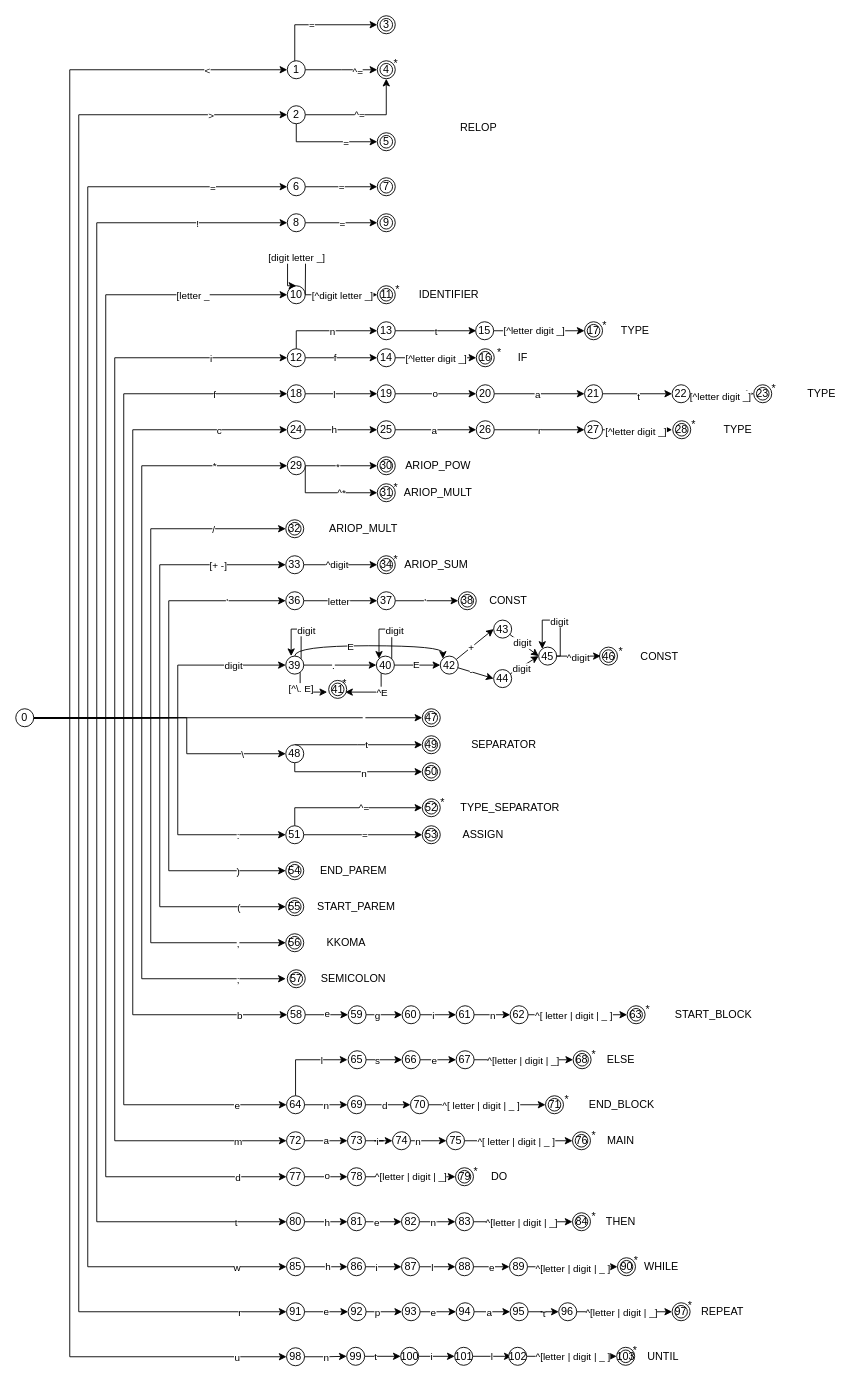
The draw.io diagram page "main_afd" (5 of 6) of afnd.drawio in heitorfreitasferreira/compiler_gbc071, before the edit. Source tidied: cells renumbered, new cells numbered last; positions are measured from the earlier drawing's top-left corner, leaving out a move shared by most shapes. Both pictures are drawn from the tidied source at 90%, with x=0, y=0 at pixel (15, 15).
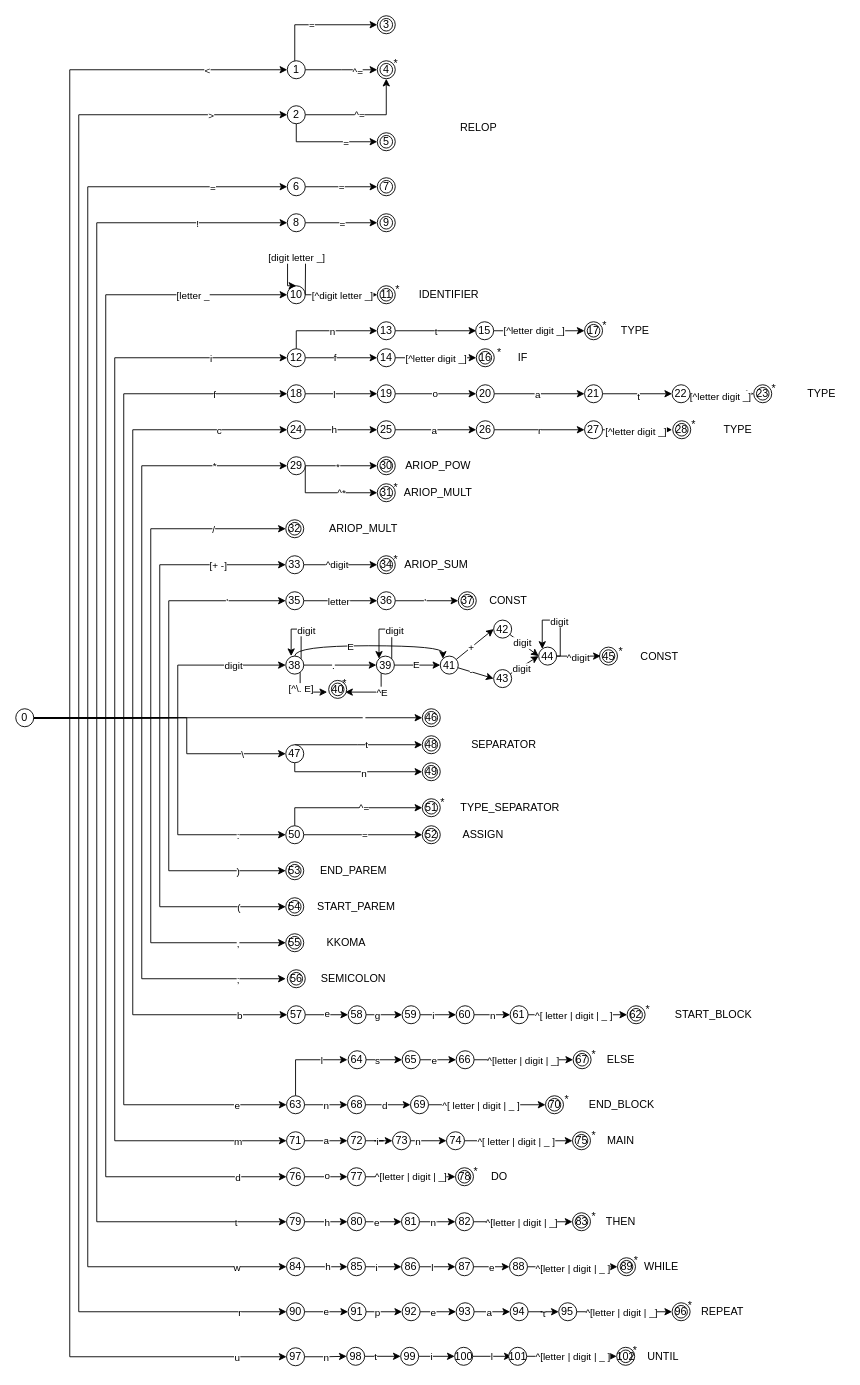
Above is the later version.

The edit, as a diff of the source:
```diff
@@
-    <mxCell id="99" value="36" style="ellipse;whiteSpace=wrap;html=1;" parent="1" vertex="1">
+    <mxCell id="99" value="35" style="ellipse;whiteSpace=wrap;html=1;" parent="1" vertex="1">
       <mxGeometry x="300" y="640" width="20" height="20" as="geometry" />
     </mxCell>
@@
-    <mxCell id="104" value="48" style="ellipse;whiteSpace=wrap;html=1;" parent="1" vertex="1">
+    <mxCell id="104" value="47" style="ellipse;whiteSpace=wrap;html=1;" parent="1" vertex="1">
       <mxGeometry x="300" y="810" width="20" height="20" as="geometry" />
     </mxCell>
@@
-    <mxCell id="109" value="51" style="ellipse;whiteSpace=wrap;html=1;" parent="1" vertex="1">
+    <mxCell id="109" value="50" style="ellipse;whiteSpace=wrap;html=1;" parent="1" vertex="1">
       <mxGeometry x="300" y="900" width="20" height="20" as="geometry" />
     </mxCell>
@@
-    <mxCell id="112" value="58" style="ellipse;whiteSpace=wrap;html=1;" parent="1" vertex="1">
+    <mxCell id="112" value="57" style="ellipse;whiteSpace=wrap;html=1;" parent="1" vertex="1">
       <mxGeometry x="301.7" y="1100" width="20" height="20" as="geometry" />
     </mxCell>
@@
-    <mxCell id="117" value="64" style="ellipse;whiteSpace=wrap;html=1;" parent="1" vertex="1">
+    <mxCell id="117" value="63" style="ellipse;whiteSpace=wrap;html=1;" parent="1" vertex="1">
       <mxGeometry x="300.9" y="1200" width="20" height="20" as="geometry" />
     </mxCell>
@@
-    <mxCell id="120" value="72" style="ellipse;whiteSpace=wrap;html=1;" parent="1" vertex="1">
+    <mxCell id="120" value="71" style="ellipse;whiteSpace=wrap;html=1;" parent="1" vertex="1">
       <mxGeometry x="300.9" y="1240" width="20" height="20" as="geometry" />
     </mxCell>
@@
-    <mxCell id="123" value="77" style="ellipse;whiteSpace=wrap;html=1;" parent="1" vertex="1">
+    <mxCell id="123" value="76" style="ellipse;whiteSpace=wrap;html=1;" parent="1" vertex="1">
       <mxGeometry x="300.9" y="1280" width="20" height="20" as="geometry" />
     </mxCell>
@@
-    <mxCell id="126" value="80" style="ellipse;whiteSpace=wrap;html=1;" parent="1" vertex="1">
+    <mxCell id="126" value="79" style="ellipse;whiteSpace=wrap;html=1;" parent="1" vertex="1">
       <mxGeometry x="300.9" y="1330" width="20" height="20" as="geometry" />
     </mxCell>
@@
-    <mxCell id="129" value="85" style="ellipse;whiteSpace=wrap;html=1;" parent="1" vertex="1">
+    <mxCell id="129" value="84" style="ellipse;whiteSpace=wrap;html=1;" parent="1" vertex="1">
       <mxGeometry x="300.9" y="1380" width="20" height="20" as="geometry" />
     </mxCell>
@@
-    <mxCell id="131" value="91" style="ellipse;whiteSpace=wrap;html=1;" parent="1" vertex="1">
+    <mxCell id="131" value="90" style="ellipse;whiteSpace=wrap;html=1;" parent="1" vertex="1">
       <mxGeometry x="300.9" y="1430" width="20" height="20" as="geometry" />
     </mxCell>
@@
-    <mxCell id="134" value="98" style="ellipse;whiteSpace=wrap;html=1;" parent="1" vertex="1">
+    <mxCell id="134" value="97" style="ellipse;whiteSpace=wrap;html=1;" parent="1" vertex="1">
       <mxGeometry x="300.9" y="1480" width="20" height="20" as="geometry" />
     </mxCell>
@@
-    <mxCell id="166" value="37" style="ellipse;whiteSpace=wrap;html=1;" parent="1" vertex="1">
+    <mxCell id="166" value="36" style="ellipse;whiteSpace=wrap;html=1;" parent="1" vertex="1">
       <mxGeometry x="401.7" y="640" width="20" height="20" as="geometry" />
     </mxCell>
-    <mxCell id="167" value="38" style="ellipse;shape=doubleEllipse;margin=3;whiteSpace=wrap;html=1;align=center;" parent="1" vertex="1">
+    <mxCell id="167" value="37" style="ellipse;shape=doubleEllipse;margin=3;whiteSpace=wrap;html=1;align=center;" parent="1" vertex="1">
       <mxGeometry x="491.7" y="640" width="20" height="20" as="geometry" />
     </mxCell>
@@
-    <mxCell id="174" value="39" style="ellipse;whiteSpace=wrap;html=1;perimeterSpacing=0;shadow=0;" parent="1" vertex="1">
+    <mxCell id="174" value="38" style="ellipse;whiteSpace=wrap;html=1;perimeterSpacing=0;shadow=0;" parent="1" vertex="1">
       <mxGeometry x="300" y="711.5" width="20" height="20" as="geometry" />
     </mxCell>
@@
-    <mxCell id="179" value="40" style="ellipse;whiteSpace=wrap;html=1;perimeterSpacing=0;shadow=0;" parent="1" vertex="1">
+    <mxCell id="179" value="39" style="ellipse;whiteSpace=wrap;html=1;perimeterSpacing=0;shadow=0;" parent="1" vertex="1">
       <mxGeometry x="400.7" y="711.5" width="20" height="20" as="geometry" />
     </mxCell>
-    <mxCell id="180" value="46" style="ellipse;shape=doubleEllipse;margin=3;whiteSpace=wrap;html=1;align=center;" parent="1" vertex="1">
+    <mxCell id="180" value="45" style="ellipse;shape=doubleEllipse;margin=3;whiteSpace=wrap;html=1;align=center;" parent="1" vertex="1">
       <mxGeometry x="648.6" y="701.5" width="20" height="20" as="geometry" />
     </mxCell>
-    <mxCell id="181" value="41" style="ellipse;shape=doubleEllipse;margin=3;whiteSpace=wrap;html=1;align=center;" parent="1" vertex="1">
+    <mxCell id="181" value="40" style="ellipse;shape=doubleEllipse;margin=3;whiteSpace=wrap;html=1;align=center;" parent="1" vertex="1">
       <mxGeometry x="347.7" y="738.5" width="20" height="20" as="geometry" />
     </mxCell>
@@
-    <mxCell id="191" value="42" style="ellipse;whiteSpace=wrap;html=1;" parent="1" vertex="1">
+    <mxCell id="191" value="41" style="ellipse;whiteSpace=wrap;html=1;" parent="1" vertex="1">
       <mxGeometry x="471.7" y="711.5" width="20" height="20" as="geometry" />
     </mxCell>
@@
-    <mxCell id="194" value="43" style="ellipse;whiteSpace=wrap;html=1;" parent="1" vertex="1">
+    <mxCell id="194" value="42" style="ellipse;whiteSpace=wrap;html=1;" parent="1" vertex="1">
       <mxGeometry x="531" y="671.5" width="20" height="20" as="geometry" />
     </mxCell>
@@
-    <mxCell id="197" value="44" style="ellipse;whiteSpace=wrap;html=1;" parent="1" vertex="1">
+    <mxCell id="197" value="43" style="ellipse;whiteSpace=wrap;html=1;" parent="1" vertex="1">
       <mxGeometry x="531" y="726.5" width="20" height="20" as="geometry" />
     </mxCell>
@@
-    <mxCell id="200" value="45" style="ellipse;whiteSpace=wrap;html=1;" parent="1" vertex="1">
+    <mxCell id="200" value="44" style="ellipse;whiteSpace=wrap;html=1;" parent="1" vertex="1">
       <mxGeometry x="581" y="701.5" width="20" height="20" as="geometry" />
     </mxCell>
@@
-    <mxCell id="204" value="47" style="ellipse;shape=doubleEllipse;margin=3;whiteSpace=wrap;html=1;align=center;" parent="1" vertex="1">
+    <mxCell id="204" value="46" style="ellipse;shape=doubleEllipse;margin=3;whiteSpace=wrap;html=1;align=center;" parent="1" vertex="1">
       <mxGeometry x="451.7" y="770" width="20" height="20" as="geometry" />
     </mxCell>
-    <mxCell id="205" value="49" style="ellipse;shape=doubleEllipse;margin=3;whiteSpace=wrap;html=1;align=center;" parent="1" vertex="1">
+    <mxCell id="205" value="48" style="ellipse;shape=doubleEllipse;margin=3;whiteSpace=wrap;html=1;align=center;" parent="1" vertex="1">
       <mxGeometry x="451.7" y="800" width="20" height="20" as="geometry" />
     </mxCell>
-    <mxCell id="206" value="50" style="ellipse;shape=doubleEllipse;margin=3;whiteSpace=wrap;html=1;align=center;" parent="1" vertex="1">
+    <mxCell id="206" value="49" style="ellipse;shape=doubleEllipse;margin=3;whiteSpace=wrap;html=1;align=center;" parent="1" vertex="1">
       <mxGeometry x="451.7" y="830" width="20" height="20" as="geometry" />
     </mxCell>
-    <mxCell id="207" value="53" style="ellipse;shape=doubleEllipse;margin=3;whiteSpace=wrap;html=1;align=center;" parent="1" vertex="1">
+    <mxCell id="207" value="52" style="ellipse;shape=doubleEllipse;margin=3;whiteSpace=wrap;html=1;align=center;" parent="1" vertex="1">
       <mxGeometry x="451.7" y="900" width="20" height="20" as="geometry" />
     </mxCell>
-    <mxCell id="208" value="54" style="ellipse;shape=doubleEllipse;margin=3;whiteSpace=wrap;html=1;align=center;" parent="1" vertex="1">
+    <mxCell id="208" value="53" style="ellipse;shape=doubleEllipse;margin=3;whiteSpace=wrap;html=1;align=center;" parent="1" vertex="1">
       <mxGeometry x="300" y="940" width="20" height="20" as="geometry" />
     </mxCell>
-    <mxCell id="209" value="55" style="ellipse;shape=doubleEllipse;margin=3;whiteSpace=wrap;html=1;align=center;" parent="1" vertex="1">
+    <mxCell id="209" value="54" style="ellipse;shape=doubleEllipse;margin=3;whiteSpace=wrap;html=1;align=center;" parent="1" vertex="1">
       <mxGeometry x="300" y="980" width="20" height="20" as="geometry" />
     </mxCell>
-    <mxCell id="210" value="56" style="ellipse;shape=doubleEllipse;margin=3;whiteSpace=wrap;html=1;align=center;" parent="1" vertex="1">
+    <mxCell id="210" value="55" style="ellipse;shape=doubleEllipse;margin=3;whiteSpace=wrap;html=1;align=center;" parent="1" vertex="1">
       <mxGeometry x="300" y="1020" width="20" height="20" as="geometry" />
     </mxCell>
-    <mxCell id="211" value="57" style="ellipse;shape=doubleEllipse;margin=3;whiteSpace=wrap;html=1;align=center;" parent="1" vertex="1">
+    <mxCell id="211" value="56" style="ellipse;shape=doubleEllipse;margin=3;whiteSpace=wrap;html=1;align=center;" parent="1" vertex="1">
       <mxGeometry x="301.7" y="1060" width="20" height="20" as="geometry" />
     </mxCell>
-    <mxCell id="212" value="52" style="ellipse;shape=doubleEllipse;margin=3;whiteSpace=wrap;html=1;align=center;" parent="1" vertex="1">
+    <mxCell id="212" value="51" style="ellipse;shape=doubleEllipse;margin=3;whiteSpace=wrap;html=1;align=center;" parent="1" vertex="1">
       <mxGeometry x="451.7" y="870" width="20" height="20" as="geometry" />
     </mxCell>
@@
-    <mxCell id="216" value="59" style="ellipse;whiteSpace=wrap;html=1;perimeterSpacing=0;shadow=0;" parent="1" vertex="1">
+    <mxCell id="216" value="58" style="ellipse;whiteSpace=wrap;html=1;perimeterSpacing=0;shadow=0;" parent="1" vertex="1">
       <mxGeometry x="369.3" y="1100" width="20" height="20" as="geometry" />
     </mxCell>
@@
-    <mxCell id="219" value="60" style="ellipse;whiteSpace=wrap;html=1;perimeterSpacing=0;shadow=0;" parent="1" vertex="1">
+    <mxCell id="219" value="59" style="ellipse;whiteSpace=wrap;html=1;perimeterSpacing=0;shadow=0;" parent="1" vertex="1">
       <mxGeometry x="429.3" y="1100" width="20" height="20" as="geometry" />
     </mxCell>
-    <mxCell id="220" value="61" style="ellipse;whiteSpace=wrap;html=1;perimeterSpacing=0;shadow=0;" parent="1" vertex="1">
+    <mxCell id="220" value="60" style="ellipse;whiteSpace=wrap;html=1;perimeterSpacing=0;shadow=0;" parent="1" vertex="1">
       <mxGeometry x="489.3" y="1100" width="20" height="20" as="geometry" />
     </mxCell>
@@
-    <mxCell id="225" value="62" style="ellipse;whiteSpace=wrap;html=1;perimeterSpacing=0;shadow=0;" parent="1" vertex="1">
+    <mxCell id="225" value="61" style="ellipse;whiteSpace=wrap;html=1;perimeterSpacing=0;shadow=0;" parent="1" vertex="1">
       <mxGeometry x="549.3" y="1100" width="20" height="20" as="geometry" />
     </mxCell>
-    <mxCell id="226" value="63" style="ellipse;shape=doubleEllipse;margin=3;whiteSpace=wrap;html=1;align=center;" parent="1" vertex="1">
+    <mxCell id="226" value="62" style="ellipse;shape=doubleEllipse;margin=3;whiteSpace=wrap;html=1;align=center;" parent="1" vertex="1">
       <mxGeometry x="679.3" y="1100" width="20" height="20" as="geometry" />
     </mxCell>
@@
-    <mxCell id="229" value="69" style="ellipse;whiteSpace=wrap;html=1;perimeterSpacing=0;shadow=0;" parent="1" vertex="1">
+    <mxCell id="229" value="68" style="ellipse;whiteSpace=wrap;html=1;perimeterSpacing=0;shadow=0;" parent="1" vertex="1">
       <mxGeometry x="368.6" y="1200" width="20" height="20" as="geometry" />
     </mxCell>
@@
-    <mxCell id="232" value="70" style="ellipse;whiteSpace=wrap;html=1;perimeterSpacing=0;shadow=0;" parent="1" vertex="1">
+    <mxCell id="232" value="69" style="ellipse;whiteSpace=wrap;html=1;perimeterSpacing=0;shadow=0;" parent="1" vertex="1">
       <mxGeometry x="438.6" y="1200" width="20" height="20" as="geometry" />
     </mxCell>
-    <mxCell id="233" value="71" style="ellipse;shape=doubleEllipse;margin=3;whiteSpace=wrap;html=1;align=center;" parent="1" vertex="1">
+    <mxCell id="233" value="70" style="ellipse;shape=doubleEllipse;margin=3;whiteSpace=wrap;html=1;align=center;" parent="1" vertex="1">
       <mxGeometry x="588.6" y="1200" width="20" height="20" as="geometry" />
     </mxCell>
@@
-    <mxCell id="236" value="73" style="ellipse;whiteSpace=wrap;html=1;perimeterSpacing=0;shadow=0;" parent="1" vertex="1">
+    <mxCell id="236" value="72" style="ellipse;whiteSpace=wrap;html=1;perimeterSpacing=0;shadow=0;" parent="1" vertex="1">
       <mxGeometry x="368.6" y="1240" width="20" height="20" as="geometry" />
     </mxCell>
@@
-    <mxCell id="239" value="74" style="ellipse;whiteSpace=wrap;html=1;perimeterSpacing=0;shadow=0;" parent="1" vertex="1">
+    <mxCell id="239" value="73" style="ellipse;whiteSpace=wrap;html=1;perimeterSpacing=0;shadow=0;" parent="1" vertex="1">
       <mxGeometry x="418.6" y="1240" width="20" height="20" as="geometry" />
     </mxCell>
@@
-    <mxCell id="242" value="75" style="ellipse;whiteSpace=wrap;html=1;perimeterSpacing=0;shadow=0;" parent="1" vertex="1">
+    <mxCell id="242" value="74" style="ellipse;whiteSpace=wrap;html=1;perimeterSpacing=0;shadow=0;" parent="1" vertex="1">
       <mxGeometry x="478.6" y="1240" width="20" height="20" as="geometry" />
     </mxCell>
-    <mxCell id="243" value="76" style="ellipse;shape=doubleEllipse;margin=3;whiteSpace=wrap;html=1;align=center;" parent="1" vertex="1">
+    <mxCell id="243" value="75" style="ellipse;shape=doubleEllipse;margin=3;whiteSpace=wrap;html=1;align=center;" parent="1" vertex="1">
       <mxGeometry x="618.6" y="1240" width="20" height="20" as="geometry" />
     </mxCell>
-    <mxCell id="244" value="79" style="ellipse;shape=doubleEllipse;margin=3;whiteSpace=wrap;html=1;align=center;" parent="1" vertex="1">
+    <mxCell id="244" value="78" style="ellipse;shape=doubleEllipse;margin=3;whiteSpace=wrap;html=1;align=center;" parent="1" vertex="1">
       <mxGeometry x="488.6" y="1280" width="20" height="20" as="geometry" />
     </mxCell>
@@
-    <mxCell id="247" value="78" style="ellipse;whiteSpace=wrap;html=1;perimeterSpacing=0;shadow=0;" parent="1" vertex="1">
+    <mxCell id="247" value="77" style="ellipse;whiteSpace=wrap;html=1;perimeterSpacing=0;shadow=0;" parent="1" vertex="1">
       <mxGeometry x="368.6" y="1280" width="20" height="20" as="geometry" />
     </mxCell>
@@
-    <mxCell id="250" value="65" style="ellipse;whiteSpace=wrap;html=1;perimeterSpacing=0;shadow=0;" parent="1" vertex="1">
+    <mxCell id="250" value="64" style="ellipse;whiteSpace=wrap;html=1;perimeterSpacing=0;shadow=0;" parent="1" vertex="1">
       <mxGeometry x="369.3" y="1150" width="20" height="20" as="geometry" />
     </mxCell>
@@
-    <mxCell id="253" value="66" style="ellipse;whiteSpace=wrap;html=1;perimeterSpacing=0;shadow=0;" parent="1" vertex="1">
+    <mxCell id="253" value="65" style="ellipse;whiteSpace=wrap;html=1;perimeterSpacing=0;shadow=0;" parent="1" vertex="1">
       <mxGeometry x="429.3" y="1150" width="20" height="20" as="geometry" />
     </mxCell>
-    <mxCell id="254" value="68" style="ellipse;shape=doubleEllipse;margin=3;whiteSpace=wrap;html=1;align=center;" parent="1" vertex="1">
+    <mxCell id="254" value="67" style="ellipse;shape=doubleEllipse;margin=3;whiteSpace=wrap;html=1;align=center;" parent="1" vertex="1">
       <mxGeometry x="619.3" y="1150" width="20" height="20" as="geometry" />
     </mxCell>
@@
-    <mxCell id="257" value="67" style="ellipse;whiteSpace=wrap;html=1;perimeterSpacing=0;shadow=0;" parent="1" vertex="1">
+    <mxCell id="257" value="66" style="ellipse;whiteSpace=wrap;html=1;perimeterSpacing=0;shadow=0;" parent="1" vertex="1">
       <mxGeometry x="489.3" y="1150" width="20" height="20" as="geometry" />
     </mxCell>
@@
-    <mxCell id="265" value="81" style="ellipse;whiteSpace=wrap;html=1;perimeterSpacing=0;shadow=0;" parent="1" vertex="1">
+    <mxCell id="265" value="80" style="ellipse;whiteSpace=wrap;html=1;perimeterSpacing=0;shadow=0;" parent="1" vertex="1">
       <mxGeometry x="368.6" y="1330" width="20" height="20" as="geometry" />
     </mxCell>
@@
-    <mxCell id="268" value="82" style="ellipse;whiteSpace=wrap;html=1;perimeterSpacing=0;shadow=0;" parent="1" vertex="1">
+    <mxCell id="268" value="81" style="ellipse;whiteSpace=wrap;html=1;perimeterSpacing=0;shadow=0;" parent="1" vertex="1">
       <mxGeometry x="428.6" y="1330" width="20" height="20" as="geometry" />
     </mxCell>
-    <mxCell id="269" value="84" style="ellipse;shape=doubleEllipse;margin=3;whiteSpace=wrap;html=1;align=center;" parent="1" vertex="1">
+    <mxCell id="269" value="83" style="ellipse;shape=doubleEllipse;margin=3;whiteSpace=wrap;html=1;align=center;" parent="1" vertex="1">
       <mxGeometry x="618.6" y="1330" width="20" height="20" as="geometry" />
     </mxCell>
@@
-    <mxCell id="272" value="83" style="ellipse;whiteSpace=wrap;html=1;perimeterSpacing=0;shadow=0;" parent="1" vertex="1">
+    <mxCell id="272" value="82" style="ellipse;whiteSpace=wrap;html=1;perimeterSpacing=0;shadow=0;" parent="1" vertex="1">
       <mxGeometry x="488.6" y="1330" width="20" height="20" as="geometry" />
     </mxCell>
@@
-    <mxCell id="276" value="86" style="ellipse;whiteSpace=wrap;html=1;perimeterSpacing=0;shadow=0;" parent="1" vertex="1">
+    <mxCell id="276" value="85" style="ellipse;whiteSpace=wrap;html=1;perimeterSpacing=0;shadow=0;" parent="1" vertex="1">
       <mxGeometry x="368.6" y="1380" width="20" height="20" as="geometry" />
     </mxCell>
@@
-    <mxCell id="279" value="87" style="ellipse;whiteSpace=wrap;html=1;perimeterSpacing=0;shadow=0;" parent="1" vertex="1">
+    <mxCell id="279" value="86" style="ellipse;whiteSpace=wrap;html=1;perimeterSpacing=0;shadow=0;" parent="1" vertex="1">
       <mxGeometry x="428.6" y="1380" width="20" height="20" as="geometry" />
     </mxCell>
-    <mxCell id="280" value="88" style="ellipse;whiteSpace=wrap;html=1;perimeterSpacing=0;shadow=0;" parent="1" vertex="1">
+    <mxCell id="280" value="87" style="ellipse;whiteSpace=wrap;html=1;perimeterSpacing=0;shadow=0;" parent="1" vertex="1">
       <mxGeometry x="488.6" y="1380" width="20" height="20" as="geometry" />
     </mxCell>
-    <mxCell id="281" value="90" style="ellipse;shape=doubleEllipse;margin=3;whiteSpace=wrap;html=1;align=center;" parent="1" vertex="1">
+    <mxCell id="281" value="89" style="ellipse;shape=doubleEllipse;margin=3;whiteSpace=wrap;html=1;align=center;" parent="1" vertex="1">
       <mxGeometry x="668.6" y="1380" width="20" height="20" as="geometry" />
     </mxCell>
@@
-    <mxCell id="286" value="89" style="ellipse;whiteSpace=wrap;html=1;perimeterSpacing=0;shadow=0;" parent="1" vertex="1">
+    <mxCell id="286" value="88" style="ellipse;whiteSpace=wrap;html=1;perimeterSpacing=0;shadow=0;" parent="1" vertex="1">
       <mxGeometry x="548.6" y="1380" width="20" height="20" as="geometry" />
     </mxCell>
@@
-    <mxCell id="290" value="92" style="ellipse;whiteSpace=wrap;html=1;perimeterSpacing=0;shadow=0;" parent="1" vertex="1">
+    <mxCell id="290" value="91" style="ellipse;whiteSpace=wrap;html=1;perimeterSpacing=0;shadow=0;" parent="1" vertex="1">
       <mxGeometry x="369.3" y="1430" width="20" height="20" as="geometry" />
     </mxCell>
@@
-    <mxCell id="293" value="93" style="ellipse;whiteSpace=wrap;html=1;perimeterSpacing=0;shadow=0;" parent="1" vertex="1">
+    <mxCell id="293" value="92" style="ellipse;whiteSpace=wrap;html=1;perimeterSpacing=0;shadow=0;" parent="1" vertex="1">
       <mxGeometry x="429.3" y="1430" width="20" height="20" as="geometry" />
     </mxCell>
@@
-    <mxCell id="296" value="94" style="ellipse;whiteSpace=wrap;html=1;perimeterSpacing=0;shadow=0;" parent="1" vertex="1">
+    <mxCell id="296" value="93" style="ellipse;whiteSpace=wrap;html=1;perimeterSpacing=0;shadow=0;" parent="1" vertex="1">
       <mxGeometry x="489.3" y="1430" width="20" height="20" as="geometry" />
     </mxCell>
-    <mxCell id="297" value="97" style="ellipse;shape=doubleEllipse;margin=3;whiteSpace=wrap;html=1;align=center;" parent="1" vertex="1">
+    <mxCell id="297" value="96" style="ellipse;shape=doubleEllipse;margin=3;whiteSpace=wrap;html=1;align=center;" parent="1" vertex="1">
       <mxGeometry x="729.3" y="1430" width="20" height="20" as="geometry" />
     </mxCell>
@@
-    <mxCell id="300" value="95" style="ellipse;whiteSpace=wrap;html=1;perimeterSpacing=0;shadow=0;" parent="1" vertex="1">
+    <mxCell id="300" value="94" style="ellipse;whiteSpace=wrap;html=1;perimeterSpacing=0;shadow=0;" parent="1" vertex="1">
       <mxGeometry x="549.3" y="1430" width="20" height="20" as="geometry" />
     </mxCell>
@@
-    <mxCell id="303" value="96" style="ellipse;whiteSpace=wrap;html=1;perimeterSpacing=0;shadow=0;" parent="1" vertex="1">
+    <mxCell id="303" value="95" style="ellipse;whiteSpace=wrap;html=1;perimeterSpacing=0;shadow=0;" parent="1" vertex="1">
       <mxGeometry x="603.3" y="1430" width="20" height="20" as="geometry" />
     </mxCell>
@@
-    <mxCell id="307" value="99" style="ellipse;whiteSpace=wrap;html=1;perimeterSpacing=0;shadow=0;" parent="1" vertex="1">
+    <mxCell id="307" value="98" style="ellipse;whiteSpace=wrap;html=1;perimeterSpacing=0;shadow=0;" parent="1" vertex="1">
       <mxGeometry x="367.7" y="1479.5" width="20" height="20" as="geometry" />
     </mxCell>
@@
-    <mxCell id="310" value="100" style="ellipse;whiteSpace=wrap;html=1;perimeterSpacing=0;shadow=0;" parent="1" vertex="1">
+    <mxCell id="310" value="99" style="ellipse;whiteSpace=wrap;html=1;perimeterSpacing=0;shadow=0;" parent="1" vertex="1">
       <mxGeometry x="427.7" y="1479.5" width="20" height="20" as="geometry" />
     </mxCell>
-    <mxCell id="311" value="101" style="ellipse;whiteSpace=wrap;html=1;perimeterSpacing=0;shadow=0;" parent="1" vertex="1">
+    <mxCell id="311" value="100" style="ellipse;whiteSpace=wrap;html=1;perimeterSpacing=0;shadow=0;" parent="1" vertex="1">
       <mxGeometry x="487.7" y="1479.5" width="20" height="20" as="geometry" />
     </mxCell>
-    <mxCell id="312" value="103" style="ellipse;shape=doubleEllipse;margin=3;whiteSpace=wrap;html=1;align=center;" parent="1" vertex="1">
+    <mxCell id="312" value="102" style="ellipse;shape=doubleEllipse;margin=3;whiteSpace=wrap;html=1;align=center;" parent="1" vertex="1">
       <mxGeometry x="667.7" y="1479.5" width="20" height="20" as="geometry" />
     </mxCell>
@@
-    <mxCell id="317" value="102 " style="ellipse;whiteSpace=wrap;html=1;perimeterSpacing=0;shadow=0;" parent="1" vertex="1">
+    <mxCell id="317" value="101" style="ellipse;whiteSpace=wrap;html=1;perimeterSpacing=0;shadow=0;" parent="1" vertex="1">
       <mxGeometry x="547.7" y="1479.5" width="20" height="20" as="geometry" />
     </mxCell>
```
